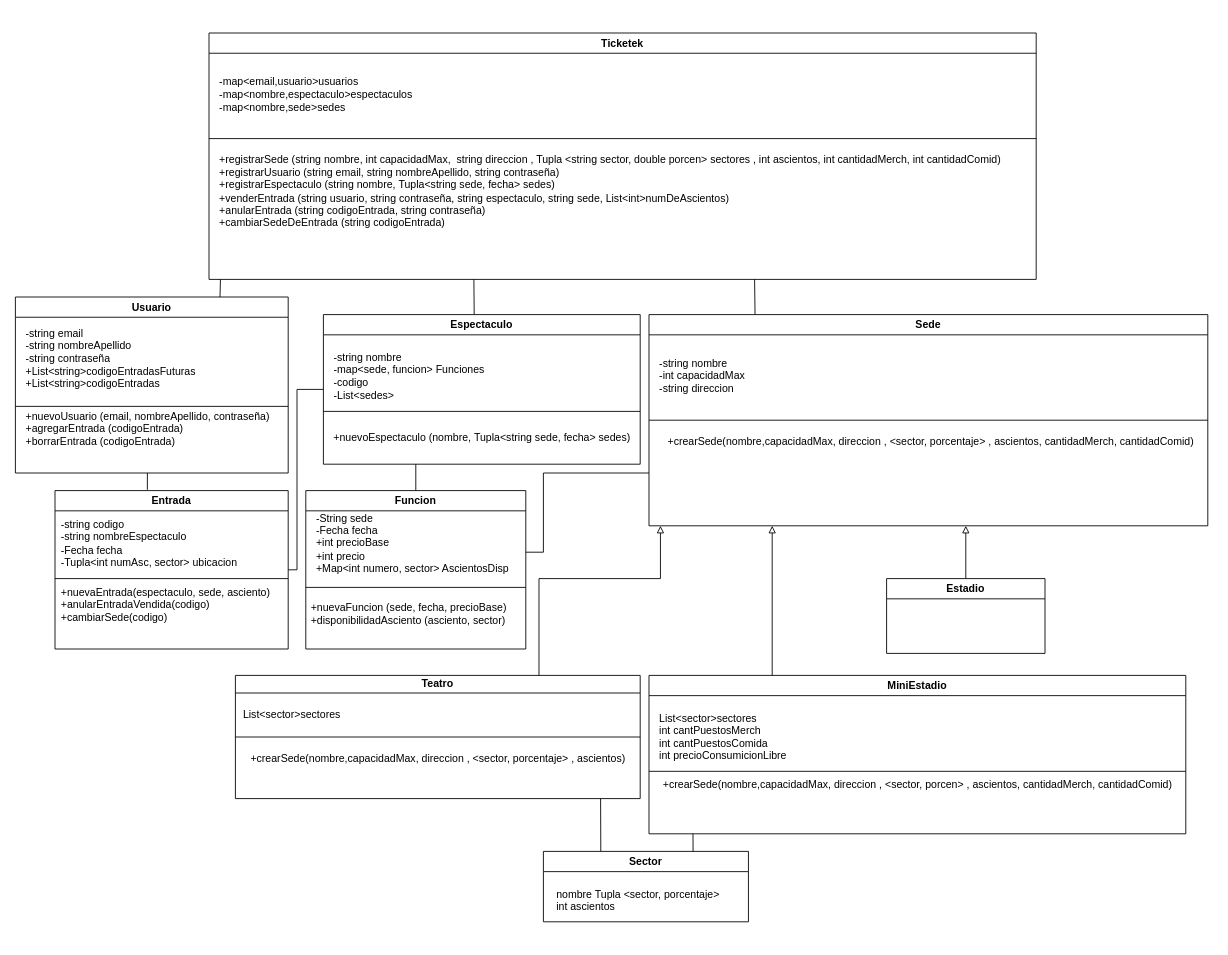
Above: src/TPprog2.drawio in MarianoRada/TP-progra-2 (draw.io), before the change. Source tidied: cells renumbered, new cells numbered last; positions are measured from the earlier drawing's top-left corner, leaving out a move shared by most shapes. Both pictures are drawn from the tidied source at 88%, with x=0, y=0 at pixel (15, 33).
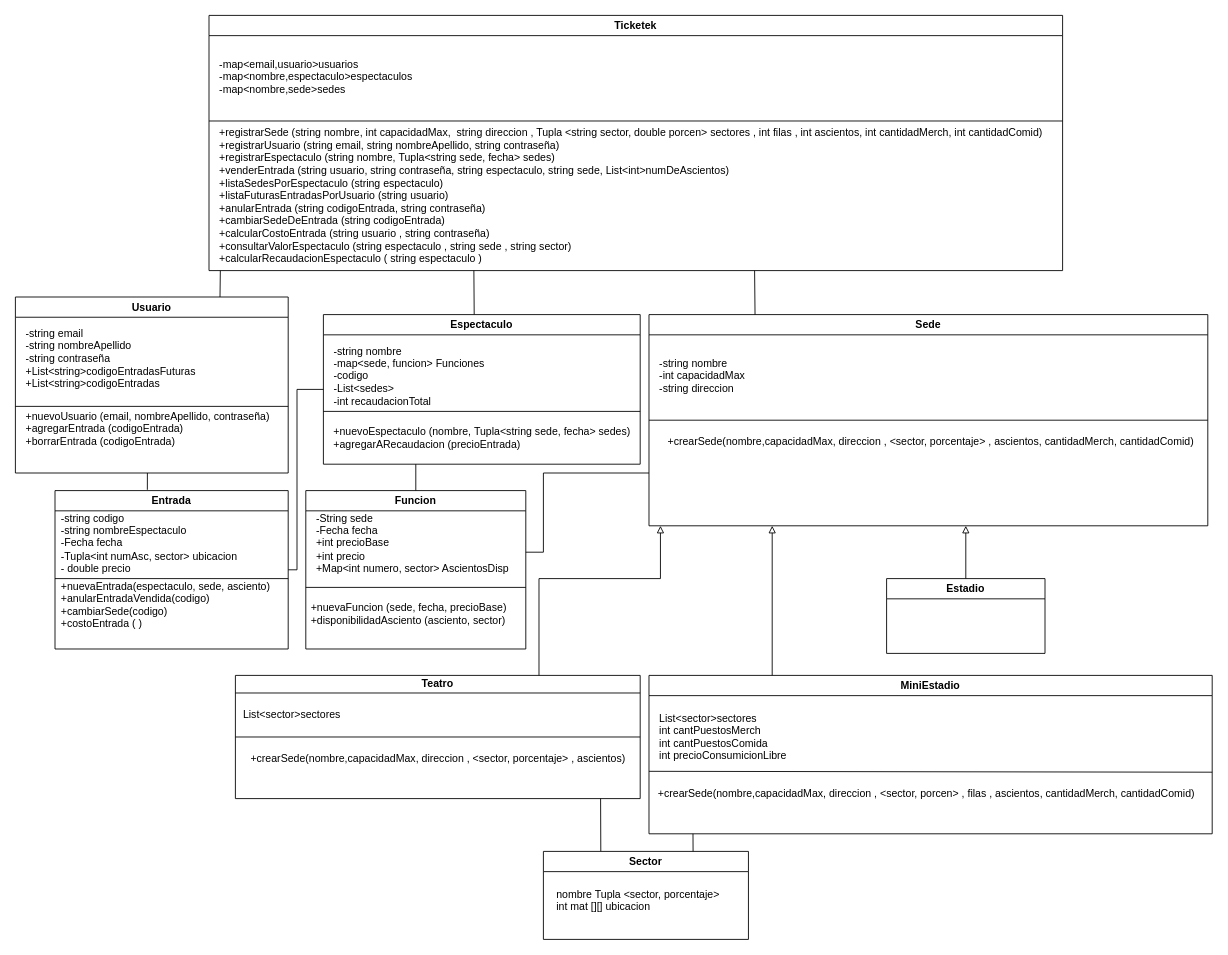
After the change.

Unchanged cells that the change refers to:
```xml
<mxCell id="2" value="Usuario" style="swimlane;whiteSpace=wrap;html=1;fillStyle=auto;rounded=0;glass=0;shadow=0;swimlaneLine=1;fontSize=12;" parent="1" vertex="1">
  <mxGeometry y="300" width="310" height="200" as="geometry" />
</mxCell>
<mxCell id="27" value="Entrada" style="swimlane;whiteSpace=wrap;html=1;fillStyle=auto;rounded=0;glass=0;shadow=0;swimlaneLine=1;fontSize=12;" parent="1" vertex="1">
  <mxGeometry x="45" y="520" width="265" height="180" as="geometry" />
</mxCell>
<mxCell id="32" value="Espectaculo" style="swimlane;whiteSpace=wrap;html=1;fillStyle=auto;rounded=0;glass=0;shadow=0;swimlaneLine=1;fontSize=12;" parent="1" vertex="1">
  <mxGeometry x="350" y="320" width="360" height="170" as="geometry" />
</mxCell>
```

Change to the diagram source:
```diff
@@
-<mxGraphModel>
+<mxGraphModel background="#FFFFFF">
@@
     <mxCell id="6" value="Ticketek" style="swimlane;whiteSpace=wrap;html=1;fillStyle=auto;rounded=0;glass=0;shadow=0;swimlaneLine=1;fontSize=12;" parent="1" vertex="1">
-      <mxGeometry x="220" width="940" height="280" as="geometry" />
+      <mxGeometry x="220" y="-20" width="970" height="290" as="geometry" />
     </mxCell>
@@
-    <mxCell id="8" style="endArrow=none;html=1;rounded=0;exitX=0.75;exitY=0;exitDx=0;exitDy=0;fontSize=12;" parent="6" edge="1" source="2">
-      <mxGeometry relative="1" as="geometry">
-        <mxPoint x="13" y="280" as="targetPoint" />
-      </mxGeometry>
-    </mxCell>
     <mxCell id="9" style="endArrow=none;html=1;rounded=0;exitX=0;exitY=0.5;exitDx=0;exitDy=0;fontSize=12;" parent="6" edge="1">
       <mxGeometry relative="1" as="geometry">
         <mxPoint y="120" as="sourcePoint" />
-        <mxPoint x="940" y="120" as="targetPoint" />
+        <mxPoint x="970" y="120" as="targetPoint" />
       </mxGeometry>
     </mxCell>
-    <mxCell id="10" value="&lt;font&gt;+registrarSede (string nombre, int capacidadMax,&amp;nbsp; string direccion , Tupla&amp;nbsp;&lt;span style=&quot;color: light-dark(rgb(0, 0, 0), rgb(255, 255, 255)); background-color: transparent;&quot;&gt;&amp;lt;string sector, double porcen&lt;/span&gt;&lt;span style=&quot;color: light-dark(rgb(0, 0, 0), rgb(255, 255, 255)); background-color: transparent;&quot;&gt;&amp;gt;&lt;/span&gt;&amp;nbsp;sectores , int ascientos, int cantidadMerch, int cantidadComid)&lt;/font&gt;&lt;div&gt;&lt;font&gt;+registrarUsuario (string email, string nombreApellido, string contraseña)&lt;/font&gt;&lt;/div&gt;&lt;div&gt;&lt;font&gt;+registrarEspectaculo (string nombre,&amp;nbsp;Tupla&lt;span style=&quot;color: light-dark(rgb(0, 0, 0), rgb(255, 255, 255)); background-color: transparent;&quot;&gt;&amp;lt;string sede, fecha&lt;/span&gt;&lt;span style=&quot;color: light-dark(rgb(0, 0, 0), rgb(255, 255, 255)); background-color: transparent;&quot;&gt;&amp;gt; sedes&lt;/span&gt;)&lt;/font&gt;&lt;/div&gt;&lt;div&gt;&lt;font&gt;+venderEntrada (string usuario, string contraseña, string espectaculo, string sede, List&lt;/font&gt;&lt;span style=&quot;background-color: transparent; color: light-dark(rgb(0, 0, 0), rgb(255, 255, 255));&quot;&gt;&amp;lt;int&lt;/span&gt;&lt;span style=&quot;background-color: transparent; color: light-dark(rgb(0, 0, 0), rgb(255, 255, 255));&quot;&gt;&amp;gt;&lt;/span&gt;&lt;span style=&quot;background-color: transparent; color: light-dark(rgb(0, 0, 0), rgb(255, 255, 255));&quot;&gt;numDeAscientos)&lt;/span&gt;&lt;/div&gt;&lt;div&gt;&lt;font&gt;+anularEntrada (string codigoEntrada, string contraseña)&lt;/font&gt;&lt;/div&gt;&lt;div&gt;&lt;font&gt;+cambiarSedeDeEntrada (string codigoEntrada)&lt;/font&gt;&lt;/div&gt;" style="text;html=1;align=left;verticalAlign=middle;points=[];strokeColor=none;fillColor=none;fontSize=12;" parent="6" vertex="1">
-      <mxGeometry x="10" y="130" width="910" height="100" as="geometry" />
+    <mxCell id="10" value="&lt;font&gt;+registrarSede (string nombre, int capacidadMax,&amp;nbsp; string direccion , Tupla&amp;nbsp;&lt;span style=&quot;color: light-dark(rgb(0, 0, 0), rgb(255, 255, 255)); background-color: transparent;&quot;&gt;&amp;lt;string sector, double porcen&lt;/span&gt;&lt;span style=&quot;color: light-dark(rgb(0, 0, 0), rgb(255, 255, 255)); background-color: transparent;&quot;&gt;&amp;gt;&lt;/span&gt;&amp;nbsp;sectores , int filas , int ascientos, int cantidadMerch, int cantidadComid)&lt;/font&gt;&lt;div&gt;&lt;font&gt;+registrarUsuario (string email, string nombreApellido, string contraseña)&lt;/font&gt;&lt;/div&gt;&lt;div&gt;&lt;font&gt;+registrarEspectaculo (string nombre,&amp;nbsp;Tupla&lt;span style=&quot;color: light-dark(rgb(0, 0, 0), rgb(255, 255, 255)); background-color: transparent;&quot;&gt;&amp;lt;string sede, fecha&lt;/span&gt;&lt;span style=&quot;color: light-dark(rgb(0, 0, 0), rgb(255, 255, 255)); background-color: transparent;&quot;&gt;&amp;gt; sedes&lt;/span&gt;)&lt;/font&gt;&lt;/div&gt;&lt;div&gt;&lt;font&gt;+venderEntrada (string usuario, string contraseña, string espectaculo, string sede, List&lt;/font&gt;&lt;span style=&quot;background-color: transparent; color: light-dark(rgb(0, 0, 0), rgb(255, 255, 255));&quot;&gt;&amp;lt;int&lt;/span&gt;&lt;span style=&quot;background-color: transparent; color: light-dark(rgb(0, 0, 0), rgb(255, 255, 255));&quot;&gt;&amp;gt;&lt;/span&gt;&lt;span style=&quot;background-color: transparent; color: light-dark(rgb(0, 0, 0), rgb(255, 255, 255));&quot;&gt;numDeAscientos)&lt;/span&gt;&lt;/div&gt;&lt;div&gt;&lt;span style=&quot;background-color: transparent; color: light-dark(rgb(0, 0, 0), rgb(255, 255, 255));&quot;&gt;+listaSedesPorEspectaculo (string espectaculo)&lt;/span&gt;&lt;/div&gt;&lt;div&gt;&lt;span style=&quot;background-color: transparent; color: light-dark(rgb(0, 0, 0), rgb(255, 255, 255));&quot;&gt;+listaFuturasEntradasPorUsuario (string usuario)&lt;/span&gt;&lt;/div&gt;&lt;div&gt;&lt;font&gt;+anularEntrada (string codigoEntrada, string contraseña)&lt;/font&gt;&lt;/div&gt;&lt;div&gt;&lt;font&gt;+cambiarSedeDeEntrada (string codigoEntrada)&lt;/font&gt;&lt;/div&gt;&lt;div&gt;&lt;font&gt;+calcularCostoEntrada (string usuario , string contraseña)&lt;/font&gt;&lt;/div&gt;&lt;div&gt;&lt;font&gt;+consultarValorEspectaculo (string espectaculo , string sede , string sector)&lt;/font&gt;&lt;/div&gt;&lt;div&gt;&lt;font&gt;+calcularRecaudacionEspectaculo ( string espectaculo )&lt;/font&gt;&lt;/div&gt;" style="text;html=1;align=left;verticalAlign=middle;points=[];strokeColor=none;fillColor=none;fontSize=12;" parent="6" vertex="1">
+      <mxGeometry x="10" y="120" width="960" height="170" as="geometry" />
     </mxCell>
@@
     <mxCell id="19" value="MiniEstadio" style="swimlane;whiteSpace=wrap;html=1;fillStyle=auto;rounded=0;glass=0;shadow=0;swimlaneLine=1;startSize=23;fontSize=12;" parent="1" vertex="1">
-      <mxGeometry x="720" y="730" width="610" height="180" as="geometry" />
+      <mxGeometry x="720" y="730" width="640" height="180" as="geometry" />
     </mxCell>
@@
-    <mxCell id="21" value="+crearSede(&lt;span style=&quot;text-align: left;&quot;&gt;nombre,capacidadMax, direccion ,&amp;nbsp;&lt;/span&gt;&lt;span style=&quot;color: light-dark(rgb(0, 0, 0), rgb(255, 255, 255)); background-color: transparent; text-align: left;&quot;&gt;&amp;lt;sector, porcen&lt;/span&gt;&lt;span style=&quot;color: light-dark(rgb(0, 0, 0), rgb(255, 255, 255)); background-color: transparent; text-align: left;&quot;&gt;&amp;gt;&lt;/span&gt;&lt;span style=&quot;text-align: left;&quot;&gt;&amp;nbsp;, ascientos, cantidadMerch, cantidadComid)&lt;/span&gt;" style="text;html=1;align=center;verticalAlign=middle;strokeColor=none;fillColor=none;fontSize=12;" parent="19" vertex="1">
-      <mxGeometry x="5" y="110" width="600" height="30" as="geometry" />
+    <mxCell id="21" value="+crearSede(&lt;span style=&quot;text-align: left;&quot;&gt;nombre,capacidadMax, direccion ,&amp;nbsp;&lt;/span&gt;&lt;span style=&quot;color: light-dark(rgb(0, 0, 0), rgb(255, 255, 255)); background-color: transparent; text-align: left;&quot;&gt;&amp;lt;sector, porcen&lt;/span&gt;&lt;span style=&quot;color: light-dark(rgb(0, 0, 0), rgb(255, 255, 255)); background-color: transparent; text-align: left;&quot;&gt;&amp;gt;&lt;/span&gt;&lt;span style=&quot;text-align: left;&quot;&gt;&amp;nbsp;, filas , ascientos, cantidadMerch, cantidadComid)&lt;/span&gt;" style="text;html=1;align=center;verticalAlign=middle;strokeColor=none;fillColor=none;fontSize=12;" parent="19" vertex="1">
+      <mxGeometry y="120" width="630" height="30" as="geometry" />
     </mxCell>
     <mxCell id="22" style="endArrow=none;html=1;rounded=0;exitX=0;exitY=0.5;exitDx=0;exitDy=0;fontSize=12;" parent="19" edge="1">
       <mxGeometry relative="1" as="geometry">
         <mxPoint y="109" as="sourcePoint" />
-        <mxPoint x="610" y="109" as="targetPoint" />
+        <mxPoint x="640" y="110" as="targetPoint" />
       </mxGeometry>
     </mxCell>
@@
     <mxCell id="24" value="Sector" style="swimlane;whiteSpace=wrap;html=1;fontSize=12;" parent="1" vertex="1">
-      <mxGeometry x="600" y="930" width="233" height="80" as="geometry" />
+      <mxGeometry x="600" y="930" width="233" height="100" as="geometry" />
     </mxCell>
-    <mxCell id="25" value="&lt;div&gt;nombre Tupla&amp;nbsp;&lt;span style=&quot;background-color: transparent; color: light-dark(rgb(0, 0, 0), rgb(255, 255, 255));&quot;&gt;&amp;lt;sector, porcentaje&lt;/span&gt;&lt;span style=&quot;background-color: transparent; color: light-dark(rgb(0, 0, 0), rgb(255, 255, 255));&quot;&gt;&amp;gt;&lt;/span&gt;&lt;/div&gt;&lt;div&gt;int ascientos&lt;/div&gt;&lt;div&gt;&lt;br&gt;&lt;/div&gt;" style="text;html=1;align=left;verticalAlign=middle;strokeColor=none;fillColor=none;fontSize=12;" parent="24" vertex="1">
+    <mxCell id="25" value="&lt;div&gt;nombre Tupla&amp;nbsp;&lt;span style=&quot;background-color: transparent; color: light-dark(rgb(0, 0, 0), rgb(255, 255, 255));&quot;&gt;&amp;lt;sector, porcentaje&lt;/span&gt;&lt;span style=&quot;background-color: transparent; color: light-dark(rgb(0, 0, 0), rgb(255, 255, 255));&quot;&gt;&amp;gt;&lt;/span&gt;&lt;/div&gt;&lt;div&gt;int mat []&lt;span style=&quot;background-color: transparent; color: light-dark(rgb(0, 0, 0), rgb(255, 255, 255));&quot;&gt;[] ubicacion&lt;/span&gt;&lt;/div&gt;&lt;div&gt;&lt;br&gt;&lt;/div&gt;" style="text;html=1;align=left;verticalAlign=middle;strokeColor=none;fillColor=none;fontSize=12;" parent="24" vertex="1">
       <mxGeometry x="13" y="33" width="210" height="60" as="geometry" />
     </mxCell>
@@
-    <mxCell id="28" value="&lt;div&gt;&lt;span&gt;-string codigo&lt;/span&gt;&lt;/div&gt;&lt;div&gt;&lt;span&gt;-string nombreEspectaculo&lt;/span&gt;&lt;/div&gt;&lt;div&gt;&lt;span&gt;-Fecha fecha&lt;/span&gt;&lt;/div&gt;&lt;div&gt;&lt;span&gt;-Tupla&lt;/span&gt;&lt;span style=&quot;background-color: transparent; color: light-dark(rgb(0, 0, 0), rgb(255, 255, 255));&quot;&gt;&amp;lt;int numAsc, sector&lt;/span&gt;&lt;span style=&quot;background-color: transparent; color: light-dark(rgb(0, 0, 0), rgb(255, 255, 255));&quot;&gt;&amp;gt;&lt;/span&gt;&lt;span style=&quot;background-color: transparent; color: light-dark(rgb(0, 0, 0), rgb(255, 255, 255));&quot;&gt;&amp;nbsp;ubicacion&lt;/span&gt;&lt;/div&gt;" style="text;html=1;align=left;verticalAlign=middle;strokeColor=none;fillColor=none;fontSize=12;" parent="27" vertex="1">
-      <mxGeometry x="5" y="25" width="220" height="70" as="geometry" />
+    <mxCell id="28" value="&lt;div&gt;&lt;span&gt;-string codigo&lt;/span&gt;&lt;/div&gt;&lt;div&gt;&lt;span&gt;-string nombreEspectaculo&lt;/span&gt;&lt;/div&gt;&lt;div&gt;&lt;span&gt;-Fecha fecha&lt;/span&gt;&lt;/div&gt;&lt;div&gt;&lt;span&gt;-Tupla&lt;/span&gt;&lt;span style=&quot;background-color: transparent; color: light-dark(rgb(0, 0, 0), rgb(255, 255, 255));&quot;&gt;&amp;lt;int numAsc, sector&lt;/span&gt;&lt;span style=&quot;background-color: transparent; color: light-dark(rgb(0, 0, 0), rgb(255, 255, 255));&quot;&gt;&amp;gt;&lt;/span&gt;&lt;span style=&quot;background-color: transparent; color: light-dark(rgb(0, 0, 0), rgb(255, 255, 255));&quot;&gt;&amp;nbsp;ubicacion&lt;/span&gt;&lt;/div&gt;&lt;div&gt;&lt;span style=&quot;background-color: transparent; color: light-dark(rgb(0, 0, 0), rgb(255, 255, 255));&quot;&gt;- double precio&lt;/span&gt;&lt;/div&gt;" style="text;html=1;align=left;verticalAlign=middle;strokeColor=none;fillColor=none;fontSize=12;" parent="27" vertex="1">
+      <mxGeometry x="5" y="15" width="220" height="90" as="geometry" />
     </mxCell>
@@
-    <mxCell id="30" value="+nuevaEntrada(espectaculo, sede, asciento)&lt;div&gt;+anularEntradaVendida(codigo)&lt;/div&gt;&lt;div&gt;+cambiarSede(codigo)&lt;/div&gt;" style="text;html=1;align=left;verticalAlign=middle;strokeColor=none;fillColor=none;fontSize=12;" parent="27" vertex="1">
-      <mxGeometry x="5" y="100" width="260" height="60" as="geometry" />
+    <mxCell id="30" value="+nuevaEntrada(espectaculo, sede, asciento)&lt;div&gt;+anularEntradaVendida(codigo)&lt;/div&gt;&lt;div&gt;+cambiarSede(codigo)&lt;/div&gt;&lt;div&gt;+costoEntrada ( )&lt;/div&gt;" style="text;html=1;align=left;verticalAlign=middle;strokeColor=none;fillColor=none;fontSize=12;" parent="27" vertex="1">
+      <mxGeometry x="5" y="95" width="260" height="70" as="geometry" />
     </mxCell>
@@
-    <mxCell id="33" value="&lt;div&gt;&lt;span&gt;-string nombre&lt;/span&gt;&lt;/div&gt;&lt;div&gt;&lt;span style=&quot;color: light-dark(rgb(0, 0, 0), rgb(255, 255, 255)); background-color: transparent;&quot;&gt;-map&amp;lt;sede, funcion&lt;/span&gt;&lt;span style=&quot;color: light-dark(rgb(0, 0, 0), rgb(255, 255, 255)); background-color: transparent;&quot;&gt;&amp;gt; Funciones&lt;/span&gt;&lt;/div&gt;&lt;div&gt;&lt;span&gt;-codigo&lt;/span&gt;&lt;/div&gt;&lt;div&gt;&lt;span&gt;-List&lt;/span&gt;&lt;span style=&quot;background-color: transparent; color: light-dark(rgb(0, 0, 0), rgb(255, 255, 255));&quot;&gt;&amp;lt;sedes&lt;/span&gt;&lt;span style=&quot;background-color: transparent; color: light-dark(rgb(0, 0, 0), rgb(255, 255, 255));&quot;&gt;&amp;gt;&lt;/span&gt;&lt;/div&gt;" style="text;html=1;align=left;verticalAlign=middle;strokeColor=none;fillColor=none;fontSize=12;" parent="32" vertex="1">
-      <mxGeometry x="10" y="35" width="190" height="70" as="geometry" />
+    <mxCell id="33" value="&lt;div&gt;&lt;span&gt;-string nombre&lt;/span&gt;&lt;/div&gt;&lt;div&gt;&lt;span style=&quot;color: light-dark(rgb(0, 0, 0), rgb(255, 255, 255)); background-color: transparent;&quot;&gt;-map&amp;lt;sede, funcion&lt;/span&gt;&lt;span style=&quot;color: light-dark(rgb(0, 0, 0), rgb(255, 255, 255)); background-color: transparent;&quot;&gt;&amp;gt; Funciones&lt;/span&gt;&lt;/div&gt;&lt;div&gt;&lt;span&gt;-codigo&lt;/span&gt;&lt;/div&gt;&lt;div&gt;&lt;span&gt;-List&lt;/span&gt;&lt;span style=&quot;background-color: transparent; color: light-dark(rgb(0, 0, 0), rgb(255, 255, 255));&quot;&gt;&amp;lt;sedes&lt;/span&gt;&lt;span style=&quot;background-color: transparent; color: light-dark(rgb(0, 0, 0), rgb(255, 255, 255));&quot;&gt;&amp;gt;&lt;/span&gt;&lt;/div&gt;&lt;div&gt;-int recaudacionTotal&lt;/div&gt;" style="text;html=1;align=left;verticalAlign=middle;strokeColor=none;fillColor=none;fontSize=12;" parent="32" vertex="1">
+      <mxGeometry x="10" y="25" width="190" height="90" as="geometry" />
     </mxCell>
-    <mxCell id="34" value="+nuevoEspectaculo (&lt;span style=&quot;text-align: left;&quot;&gt;nombre,&amp;nbsp;Tupla&lt;/span&gt;&lt;span style=&quot;color: light-dark(rgb(0, 0, 0), rgb(255, 255, 255)); text-align: left; background-color: transparent;&quot;&gt;&amp;lt;string sede, fecha&lt;/span&gt;&lt;span style=&quot;color: light-dark(rgb(0, 0, 0), rgb(255, 255, 255)); text-align: left; background-color: transparent;&quot;&gt;&amp;gt; sedes)&lt;/span&gt;" style="text;html=1;align=center;verticalAlign=middle;strokeColor=none;fillColor=none;fontSize=12;" parent="32" vertex="1">
-      <mxGeometry y="125" width="360" height="30" as="geometry" />
+    <mxCell id="34" value="+nuevoEspectaculo (&lt;span style=&quot;text-align: left;&quot;&gt;nombre,&amp;nbsp;Tupla&lt;/span&gt;&lt;span style=&quot;color: light-dark(rgb(0, 0, 0), rgb(255, 255, 255)); text-align: left; background-color: transparent;&quot;&gt;&amp;lt;string sede, fecha&lt;/span&gt;&lt;span style=&quot;color: light-dark(rgb(0, 0, 0), rgb(255, 255, 255)); text-align: left; background-color: transparent;&quot;&gt;&amp;gt; sedes)&lt;/span&gt;&lt;div style=&quot;text-align: left;&quot;&gt;&lt;span style=&quot;color: light-dark(rgb(0, 0, 0), rgb(255, 255, 255)); background-color: transparent;&quot;&gt;+agregarARecaudacion (precioEntrada)&lt;/span&gt;&lt;/div&gt;" style="text;html=1;align=center;verticalAlign=middle;strokeColor=none;fillColor=none;fontSize=12;" parent="32" vertex="1">
+      <mxGeometry y="120" width="360" height="40" as="geometry" />
     </mxCell>
@@
     <mxCell id="43" style="endArrow=none;html=1;rounded=0;exitX=0.476;exitY=-0.001;exitDx=0;exitDy=0;exitPerimeter=0;fontSize=12;" parent="1" edge="1" source="32">
       <mxGeometry relative="1" as="geometry">
-        <mxPoint x="521" y="280" as="targetPoint" />
+        <mxPoint x="521" y="270" as="targetPoint" />
       </mxGeometry>
     </mxCell>
     <mxCell id="44" style="endArrow=none;html=1;rounded=0;exitX=0.45;exitY=-0.002;exitDx=0;exitDy=0;exitPerimeter=0;fontSize=12;" parent="1" edge="1">
       <mxGeometry relative="1" as="geometry">
         <mxPoint x="840.5" y="320" as="sourcePoint" />
-        <mxPoint x="840" y="280" as="targetPoint" />
+        <mxPoint x="840" y="270" as="targetPoint" />
       </mxGeometry>
     </mxCell>
@@
+    <mxCell id="8" style="endArrow=none;html=1;rounded=0;exitX=0.75;exitY=0;exitDx=0;exitDy=0;fontSize=12;entryX=0.003;entryY=1;entryDx=0;entryDy=0;entryPerimeter=0;" parent="1" edge="1" source="2" target="10">
+      <mxGeometry relative="1" as="geometry" />
+    </mxCell>
```
